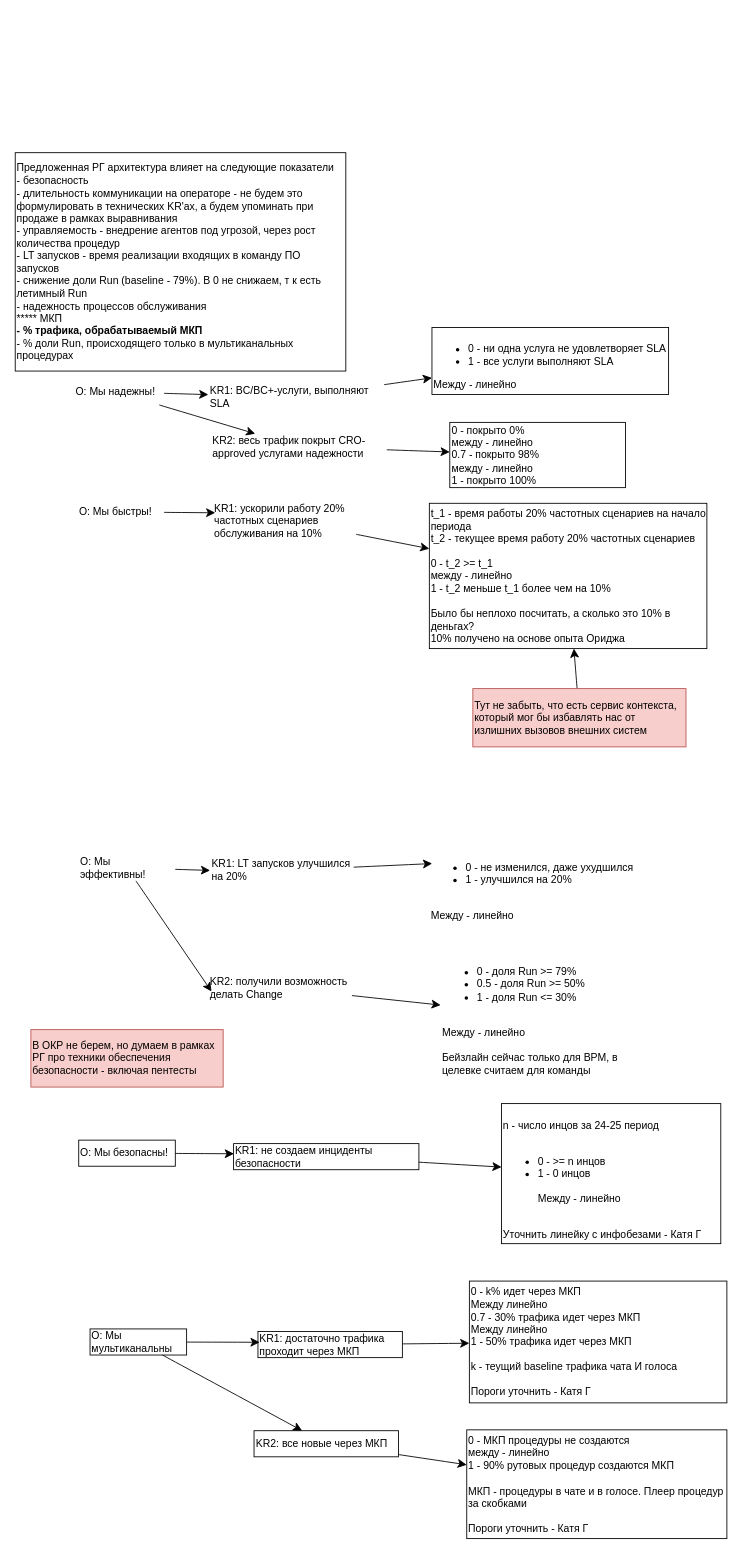
Above: page "Архитектура" (1 of 3) of ОКР ПО.drawio in alexAkselrod/alco (draw.io), before the change. Source tidied: cells renumbered, new cells numbered last; positions are measured from the earlier drawing's top-left corner, leaving out a move shared by most shapes. Both pictures are drawn from the tidied source at 87%, with x=0, y=0 at pixel (15, 152).
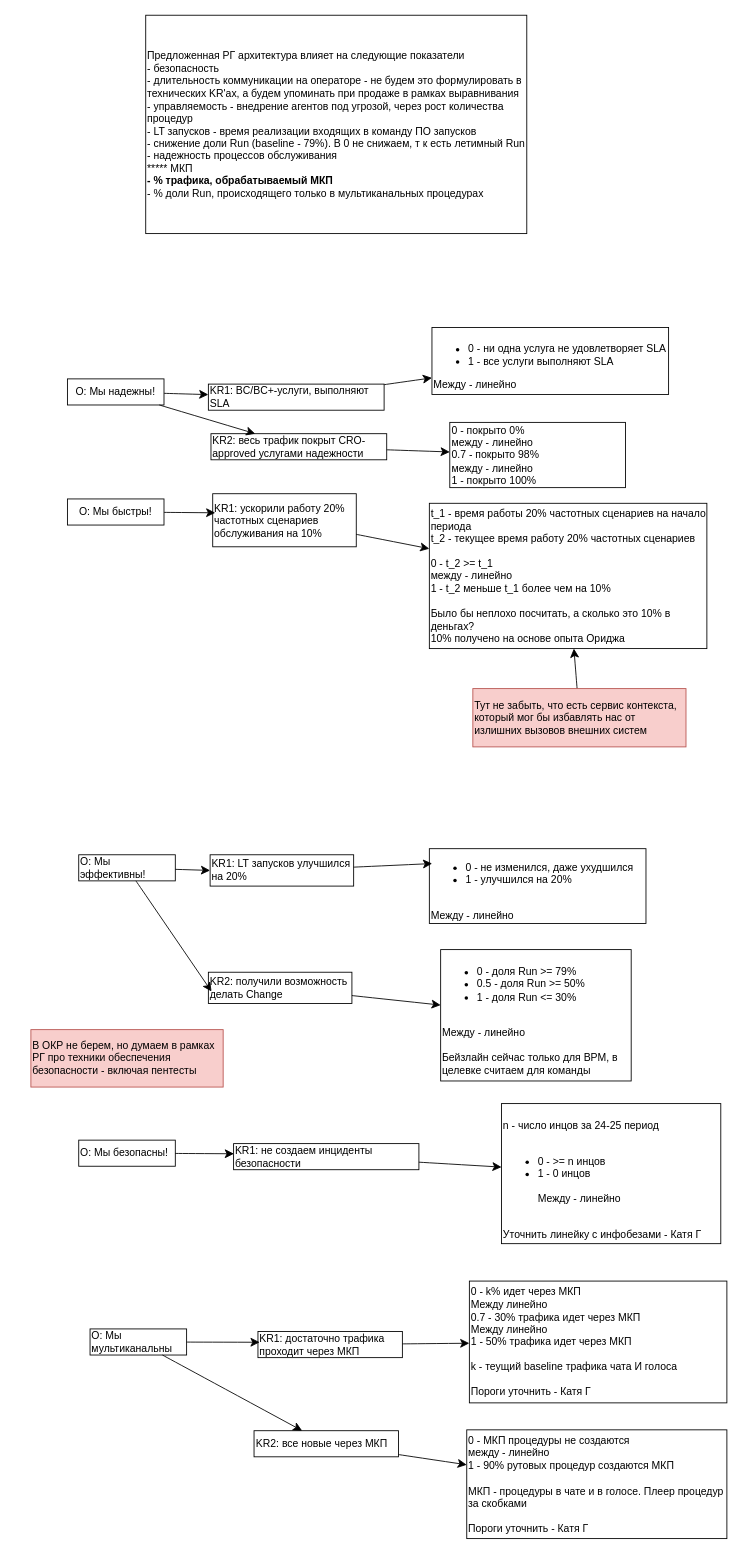
After the change.

What changed in the source:
```diff
@@
     <mxCell id="2" value="&lt;div align=&quot;left&quot;&gt;Предложенная РГ архитектура влияет на следующие показатели&lt;br&gt;- безопасность&lt;br&gt;- длительность коммуникации на операторе - не будем это формулировать в технических KR'ах, а будем упоминать при продаже в рамках выравнивания&lt;br&gt;- управляемость - внедрение агентов под угрозой, через рост количества процедур&lt;br&gt;- LT запусков - время реализации входящих в команду ПО запусков&lt;br&gt;- снижение доли Run (baseline - 79%). В 0 не снижаем, т к есть летимный Run&lt;br&gt;- надежность процессов обслуживания&lt;/div&gt;&lt;div align=&quot;left&quot;&gt;***** МКП&lt;br&gt;&lt;b&gt;- % трафика, обрабатываемый МКП&lt;/b&gt;&lt;br&gt;- % доли Run, происходящего только в мультиканальных процедурах&lt;/div&gt;" style="rounded=0;whiteSpace=wrap;html=1;align=left;" parent="1" vertex="1">
-      <mxGeometry width="380" height="251" as="geometry" />
+      <mxGeometry x="150" y="-158" width="438" height="251" as="geometry" />
     </mxCell>
@@
-    <mxCell id="5" value="O: Мы надежны!" style="text;html=1;align=center;verticalAlign=middle;whiteSpace=wrap;rounded=0;" parent="1" vertex="1">
+    <mxCell id="5" value="O: Мы надежны!" style="text;html=1;align=center;verticalAlign=middle;whiteSpace=wrap;rounded=0;strokeColor=default;" parent="1" vertex="1">
       <mxGeometry x="60" y="260" width="111" height="30" as="geometry" />
     </mxCell>
@@
-    <mxCell id="7" value="&lt;div&gt;KR1: BC/BC+-услуги, выполняют SLA&lt;/div&gt;" style="text;html=1;align=left;verticalAlign=middle;whiteSpace=wrap;rounded=0;" parent="1" vertex="1">
+    <mxCell id="7" value="&lt;div&gt;KR1: BC/BC+-услуги, выполняют SLA&lt;/div&gt;" style="text;html=1;align=left;verticalAlign=middle;whiteSpace=wrap;rounded=0;strokeColor=default;" parent="1" vertex="1">
       <mxGeometry x="222" y="266" width="202" height="30" as="geometry" />
     </mxCell>
@@
-    <mxCell id="9" value="&lt;div&gt;KR2: весь трафик покрыт CRO-approved услугами надежности&lt;/div&gt;" style="text;html=1;align=left;verticalAlign=middle;whiteSpace=wrap;rounded=0;" parent="1" vertex="1">
+    <mxCell id="9" value="&lt;div&gt;KR2: весь трафик покрыт CRO-approved услугами надежности&lt;/div&gt;" style="text;html=1;align=left;verticalAlign=middle;whiteSpace=wrap;rounded=0;strokeColor=default;" parent="1" vertex="1">
       <mxGeometry x="225" y="323" width="202" height="30" as="geometry" />
     </mxCell>
@@
-    <mxCell id="12" value="O: Мы быстры!" style="text;html=1;align=center;verticalAlign=middle;whiteSpace=wrap;rounded=0;" parent="1" vertex="1">
+    <mxCell id="12" value="O: Мы быстры!" style="text;html=1;align=center;verticalAlign=middle;whiteSpace=wrap;rounded=0;strokeColor=default;" parent="1" vertex="1">
       <mxGeometry x="60" y="398" width="111" height="30" as="geometry" />
     </mxCell>
@@
-    <mxCell id="14" value="KR1: ускорили работу 20% частотных сценариев обслуживания на 10%" style="text;html=1;align=left;verticalAlign=middle;whiteSpace=wrap;rounded=0;" parent="1" vertex="1">
+    <mxCell id="14" value="KR1: ускорили работу 20% частотных сценариев обслуживания на 10%" style="text;html=1;align=left;verticalAlign=middle;whiteSpace=wrap;rounded=0;strokeColor=default;" parent="1" vertex="1">
       <mxGeometry x="227" y="392" width="165" height="61" as="geometry" />
     </mxCell>
@@
-    <mxCell id="18" value="&lt;div align=&quot;left&quot;&gt;O: Мы эффективны!&lt;/div&gt;" style="text;html=1;align=left;verticalAlign=middle;whiteSpace=wrap;rounded=0;" parent="1" vertex="1">
+    <mxCell id="18" value="&lt;div align=&quot;left&quot;&gt;O: Мы эффективны!&lt;/div&gt;" style="text;html=1;align=left;verticalAlign=middle;whiteSpace=wrap;rounded=0;strokeColor=default;" parent="1" vertex="1">
       <mxGeometry x="73" y="807" width="111" height="30" as="geometry" />
     </mxCell>
-    <mxCell id="19" value="KR1: LT запусков улучшился на 20%" style="text;html=1;align=left;verticalAlign=middle;whiteSpace=wrap;rounded=0;" parent="1" vertex="1">
+    <mxCell id="19" value="KR1: LT запусков улучшился на 20%" style="text;html=1;align=left;verticalAlign=middle;whiteSpace=wrap;rounded=0;strokeColor=default;" parent="1" vertex="1">
       <mxGeometry x="224" y="807" width="165" height="36" as="geometry" />
     </mxCell>
-    <mxCell id="20" value="&lt;ul&gt;&lt;li&gt;0 - не изменился, даже ухудшился&lt;/li&gt;&lt;li&gt;1 - улучшился на 20%&lt;/li&gt;&lt;/ul&gt;&lt;br&gt;Между - линейно" style="text;html=1;align=left;verticalAlign=middle;whiteSpace=wrap;rounded=0;" parent="1" vertex="1">
+    <mxCell id="20" value="&lt;ul&gt;&lt;li&gt;0 - не изменился, даже ухудшился&lt;/li&gt;&lt;li&gt;1 - улучшился на 20%&lt;/li&gt;&lt;/ul&gt;&lt;br&gt;Между - линейно" style="text;html=1;align=left;verticalAlign=middle;whiteSpace=wrap;rounded=0;strokeColor=default;" parent="1" vertex="1">
       <mxGeometry x="476" y="800" width="249" height="86" as="geometry" />
     </mxCell>
@@
-    <mxCell id="23" value="KR2: получили возможность делать Change" style="text;html=1;align=left;verticalAlign=middle;whiteSpace=wrap;rounded=0;" parent="1" vertex="1">
+    <mxCell id="23" value="KR2: получили возможность делать Change" style="text;html=1;align=left;verticalAlign=middle;whiteSpace=wrap;rounded=0;strokeColor=default;" parent="1" vertex="1">
       <mxGeometry x="222" y="942" width="165" height="36" as="geometry" />
     </mxCell>
@@
-    <mxCell id="25" value="&lt;ul&gt;&lt;li&gt;0 - доля Run &amp;gt;= 79%&lt;/li&gt;&lt;li&gt;0.5 - доля Run &amp;gt;= 50%&lt;/li&gt;&lt;li&gt;1 - доля Run &amp;lt;= 30%&lt;/li&gt;&lt;/ul&gt;&lt;br&gt;Между - линейно&lt;br&gt;&lt;br&gt;Бейзлайн сейчас только для BPM, в целевке считаем для команды" style="text;html=1;align=left;verticalAlign=middle;whiteSpace=wrap;rounded=0;" parent="1" vertex="1">
+    <mxCell id="25" value="&lt;ul&gt;&lt;li&gt;0 - доля Run &amp;gt;= 79%&lt;/li&gt;&lt;li&gt;0.5 - доля Run &amp;gt;= 50%&lt;/li&gt;&lt;li&gt;1 - доля Run &amp;lt;= 30%&lt;/li&gt;&lt;/ul&gt;&lt;br&gt;Между - линейно&lt;br&gt;&lt;br&gt;Бейзлайн сейчас только для BPM, в целевке считаем для команды" style="text;html=1;align=left;verticalAlign=middle;whiteSpace=wrap;rounded=0;strokeColor=default;" parent="1" vertex="1">
       <mxGeometry x="489" y="916" width="219" height="151" as="geometry" />
     </mxCell>
```
